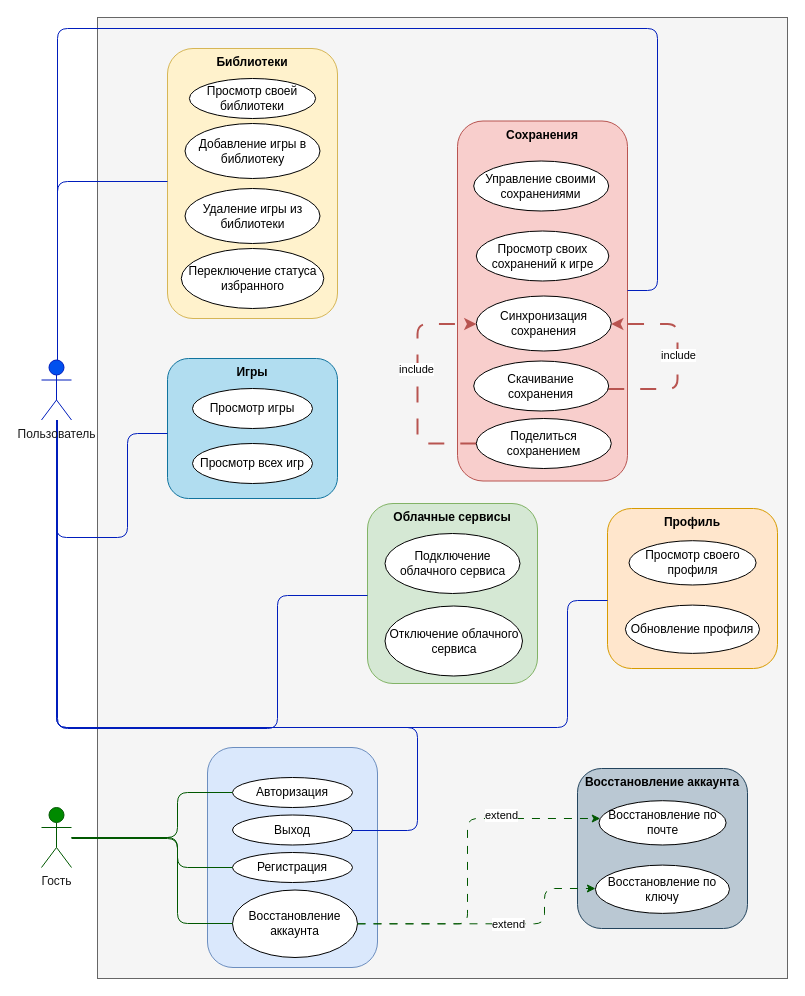
The draw.io diagram Docs/Диаграммы/Прецеденты.drawio in savayaqu/PlaySaveBack, before the edit. Source tidied: cells renumbered, new cells numbered last; positions are measured from the earlier drawing's top-left corner, leaving out a move shared by most shapes. Both pictures are drawn from the tidied source at 100%, with x=0, y=0 at pixel (41, 17).
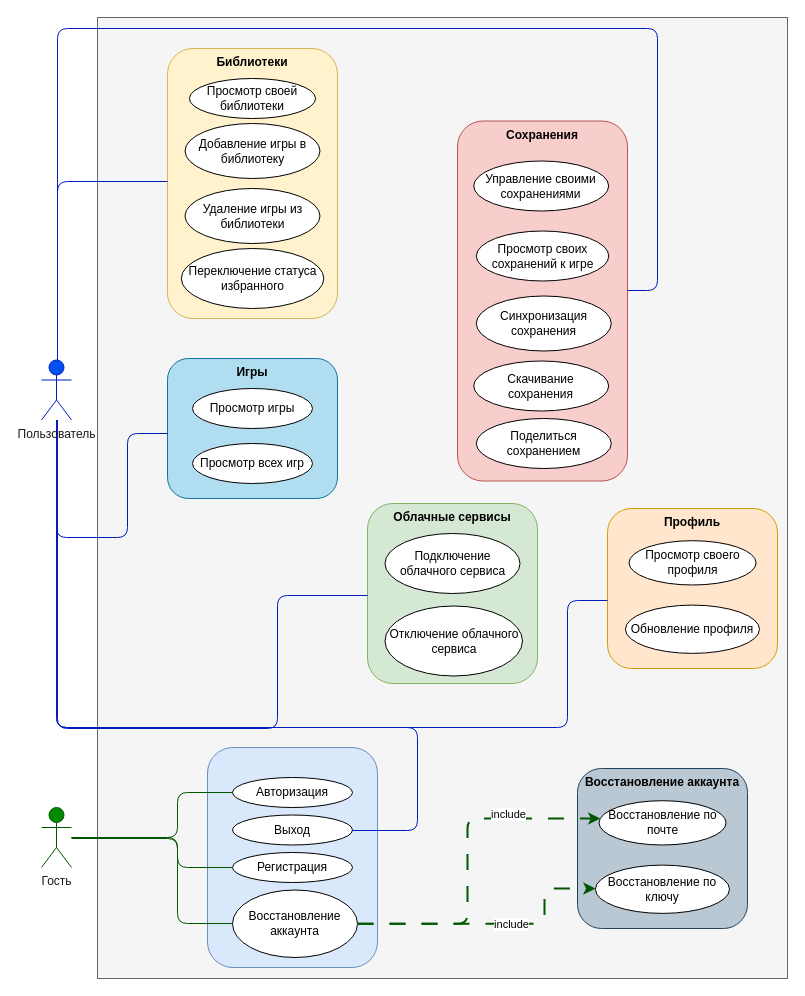
Above is the later version.

Commit message:
fix: extend replaced to include

The change refers to these unchanged cells:
```xml
<mxCell id="3" style="group;" parent="1" vertex="1">
  <mxGeometry x="416" y="103.5" width="170" height="360" as="geometry" />
</mxCell>
<mxCell id="7" value="Синхронизация сохранения" style="ellipse;whiteSpace=wrap;html=1;" parent="3" vertex="1">
  <mxGeometry x="18.8" y="175" width="135" height="55" as="geometry" />
</mxCell>
<mxCell id="10" value="Скачивание сохранения" style="ellipse;whiteSpace=wrap;html=1;" parent="3" vertex="1">
  <mxGeometry x="16.2" y="240" width="135" height="50" as="geometry" />
</mxCell>
<mxCell id="13" value="Поделиться сохранением" style="ellipse;whiteSpace=wrap;html=1;" parent="3" vertex="1">
  <mxGeometry x="18.8" y="297.5" width="135" height="50" as="geometry" />
</mxCell>
<mxCell id="33" value="Восстановление аккаунта" style="ellipse;whiteSpace=wrap;html=1;" parent="28" vertex="1">
  <mxGeometry x="25" y="142.5" width="125" height="67.5" as="geometry" />
</mxCell>
<mxCell id="49" value="Восстановление по ключу" style="ellipse;whiteSpace=wrap;html=1;" parent="47" vertex="1">
  <mxGeometry x="17.9" y="96.6" width="134.1" height="48.3" as="geometry" />
</mxCell>
<mxCell id="50" value="Восстановление по почте" style="ellipse;whiteSpace=wrap;html=1;" parent="47" vertex="1">
  <mxGeometry x="21.5" y="32.2" width="127.1" height="44.3" as="geometry" />
</mxCell>
```

What changed in the source:
```diff
@@
-    <mxCell id="8" style="edgeStyle=orthogonalEdgeStyle;rounded=1;jettySize=auto;html=1;fillColor=#f8cecc;strokeColor=#b85450;curved=0;dashed=1;dashPattern=8 8;strokeWidth=2;" parent="3" edge="1" source="10" target="7">
-      <mxGeometry relative="1" as="geometry">
-        <Array as="points">
-          <mxPoint x="220" y="268" />
-          <mxPoint x="220" y="203" />
-        </Array>
-      </mxGeometry>
-    </mxCell>
-    <mxCell id="9" value="include" style="edgeLabel;html=1;align=center;verticalAlign=middle;" parent="8" vertex="1">
-      <mxGeometry x="0.03" relative="1" as="geometry" />
-    </mxCell>
@@
-    <mxCell id="11" style="edgeStyle=orthogonalEdgeStyle;rounded=1;jettySize=auto;html=1;fillColor=#f8cecc;strokeColor=#b85450;dashed=1;dashPattern=8 8;curved=0;strokeWidth=2;" parent="3" edge="1" source="13" target="7">
-      <mxGeometry relative="1" as="geometry">
-        <Array as="points">
-          <mxPoint x="-40" y="323" />
-          <mxPoint x="-40" y="203" />
-        </Array>
-      </mxGeometry>
-    </mxCell>
-    <mxCell id="12" value="include" style="edgeLabel;html=1;align=center;verticalAlign=middle;" parent="11" vertex="1">
-      <mxGeometry x="0.12" y="2" relative="1" as="geometry" />
-    </mxCell>
@@
-    <mxCell id="51" style="edgeStyle=orthogonalEdgeStyle;rounded=1;jettySize=auto;html=1;dashed=1;dashPattern=8 8;curved=0;fillColor=#d5e8d4;strokeColor=#005700;" parent="1" edge="1" source="33" target="49">
+    <mxCell id="51" style="edgeStyle=orthogonalEdgeStyle;rounded=1;jettySize=auto;html=1;dashed=1;dashPattern=8 8;curved=0;fillColor=#d5e8d4;strokeColor=#005700;strokeWidth=2;" parent="1" edge="1" source="33" target="49">
       <mxGeometry relative="1" as="geometry">
         <Array as="points">
           <mxPoint x="503" y="906" />
           <mxPoint x="503" y="871" />
         </Array>
       </mxGeometry>
     </mxCell>
-    <mxCell id="52" value="extend" style="edgeLabel;html=1;align=center;verticalAlign=middle;" parent="51" vertex="1">
+    <mxCell id="52" value="include" style="edgeLabel;html=1;align=center;verticalAlign=middle;" parent="51" vertex="1">
       <mxGeometry x="0.2" y="-3" relative="1" as="geometry">
-        <mxPoint x="-13" y="-3" as="offset" />
+        <mxPoint x="-10" y="-3" as="offset" />
       </mxGeometry>
     </mxCell>
-    <mxCell id="53" style="edgeStyle=orthogonalEdgeStyle;rounded=1;jettySize=auto;html=1;dashed=1;dashPattern=8 8;curved=0;fillColor=#d5e8d4;strokeColor=#005700;" parent="1" edge="1" source="33" target="50">
+    <mxCell id="53" style="edgeStyle=orthogonalEdgeStyle;rounded=1;jettySize=auto;html=1;dashed=1;dashPattern=8 8;curved=0;fillColor=#d5e8d4;strokeColor=#005700;strokeWidth=2;" parent="1" edge="1" source="33" target="50">
       <mxGeometry relative="1" as="geometry">
         <Array as="points">
           <mxPoint x="426" y="906" />
           <mxPoint x="426" y="801" />
         </Array>
       </mxGeometry>
     </mxCell>
-    <mxCell id="54" value="extend" style="edgeLabel;html=1;align=center;verticalAlign=middle;" parent="53" vertex="1">
+    <mxCell id="54" value="include" style="edgeLabel;html=1;align=center;verticalAlign=middle;" parent="53" vertex="1">
       <mxGeometry x="0.23" relative="1" as="geometry">
-        <mxPoint x="33" y="-5" as="offset" />
+        <mxPoint x="40" y="-6" as="offset" />
       </mxGeometry>
     </mxCell>
```
